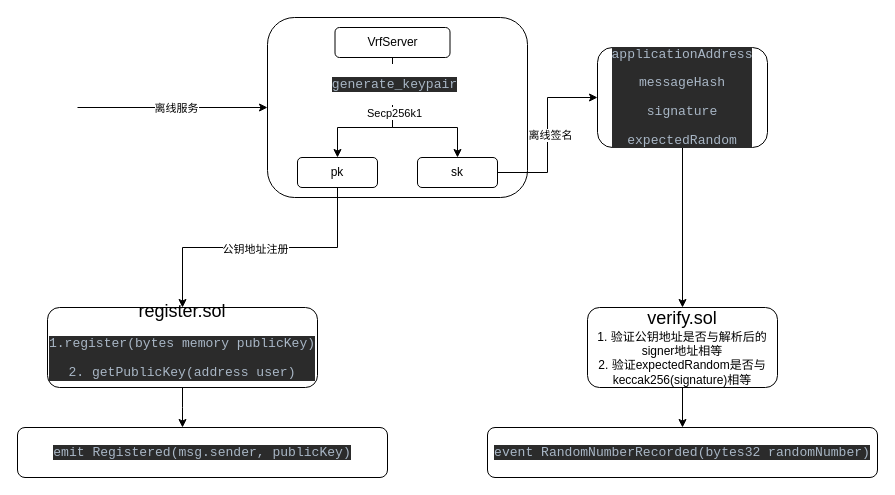
Above: vrf.drawio in chixiaowen/drawio (draw.io), before the change. Source tidied: cells renumbered, new cells numbered last; positions are measured from the earlier drawing's top-left corner, leaving out a move shared by most shapes. Both pictures are drawn from the tidied source at 100%, with x=0, y=0 at pixel (17, 17).
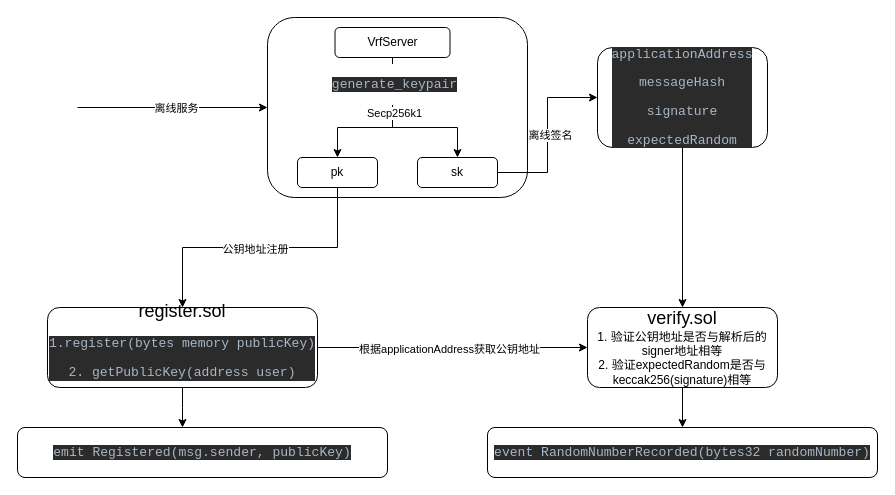
After the change.

Unchanged cells that the change refers to:
```xml
<mxCell id="3" value="&lt;font style=&quot;font-size: 18px;&quot;&gt;register.sol&lt;/font&gt;&lt;br&gt;&lt;div style=&quot;background-color:#2b2b2b;color:#a9b7c6&quot;&gt;&lt;pre style=&quot;font-family:'JetBrains Mono',monospace;font-size:9.8pt;&quot;&gt;1.register(bytes memory publicKey)&lt;/pre&gt;&lt;pre style=&quot;font-family:'JetBrains Mono',monospace;font-size:9.8pt;&quot;&gt;2. getPublicKey(address user)&lt;/pre&gt;&lt;/div&gt;" style="rounded=1;whiteSpace=wrap;html=1;" parent="1" vertex="1">
  <mxGeometry x="30" y="290" width="270" height="80" as="geometry" />
</mxCell>
<mxCell id="5" value="&lt;font style=&quot;font-size: 18px;&quot;&gt;verify.sol&lt;/font&gt;&lt;br&gt;1. 验证公钥地址是否与解析后的signer地址相等&lt;br&gt;2. 验证expectedRandom是否与keccak256(signature)相等" style="rounded=1;whiteSpace=wrap;html=1;" parent="1" vertex="1">
  <mxGeometry x="570" y="290" width="190" height="80" as="geometry" />
</mxCell>
```

The edit, as a diff of the source:
```diff
@@
+    <mxCell id="24" style="edgeStyle=orthogonalEdgeStyle;rounded=0;jettySize=auto;html=1;entryX=0;entryY=0.5;entryDx=0;entryDy=0;" parent="1" edge="1" source="3" target="5">
+      <mxGeometry relative="1" as="geometry" />
+    </mxCell>
+    <mxCell id="25" value="根据applicationAddress获取公钥地址" style="edgeLabel;html=1;align=center;verticalAlign=middle;" parent="24" vertex="1">
+      <mxGeometry x="-0.03" y="-1" relative="1" as="geometry" />
+    </mxCell>
```
